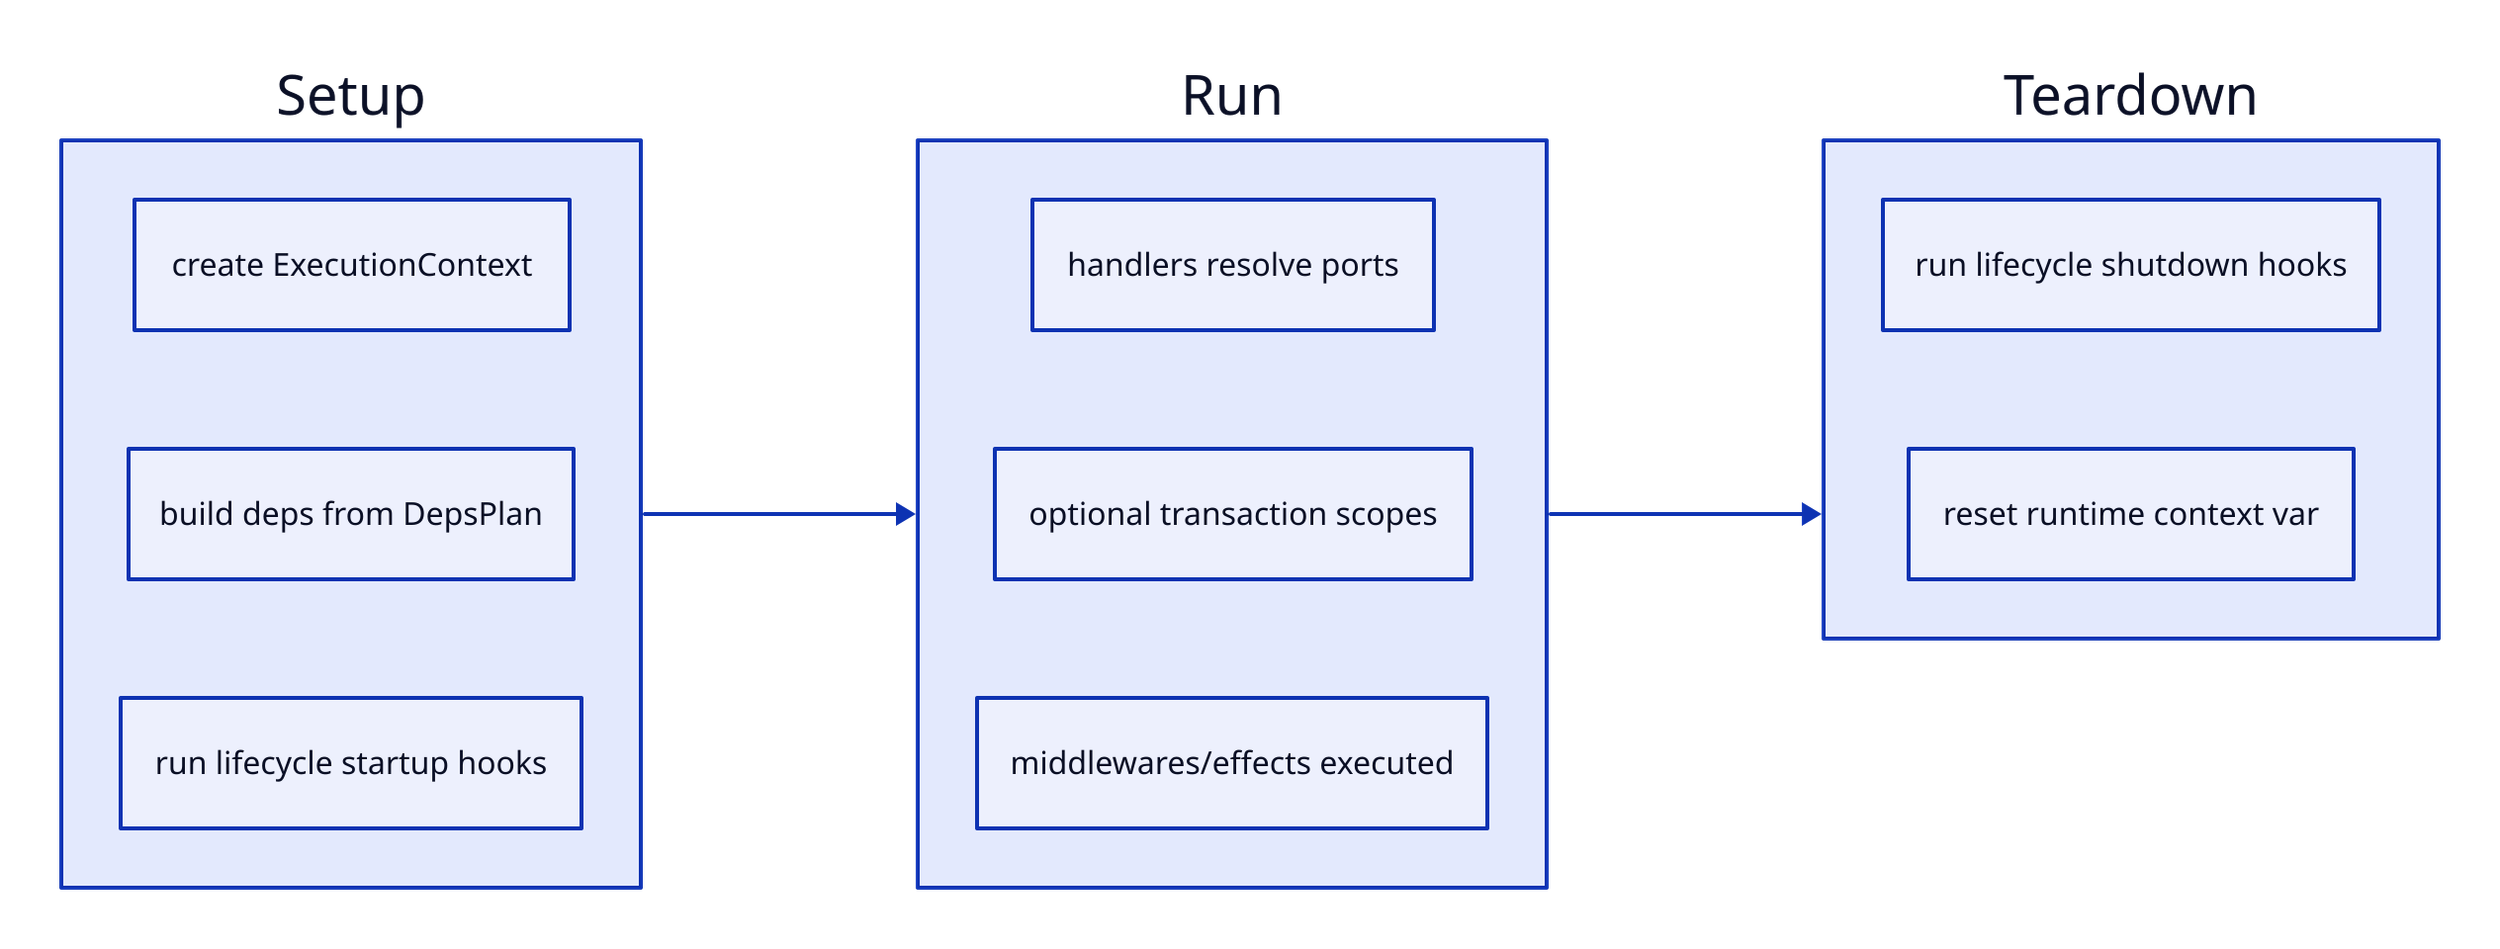
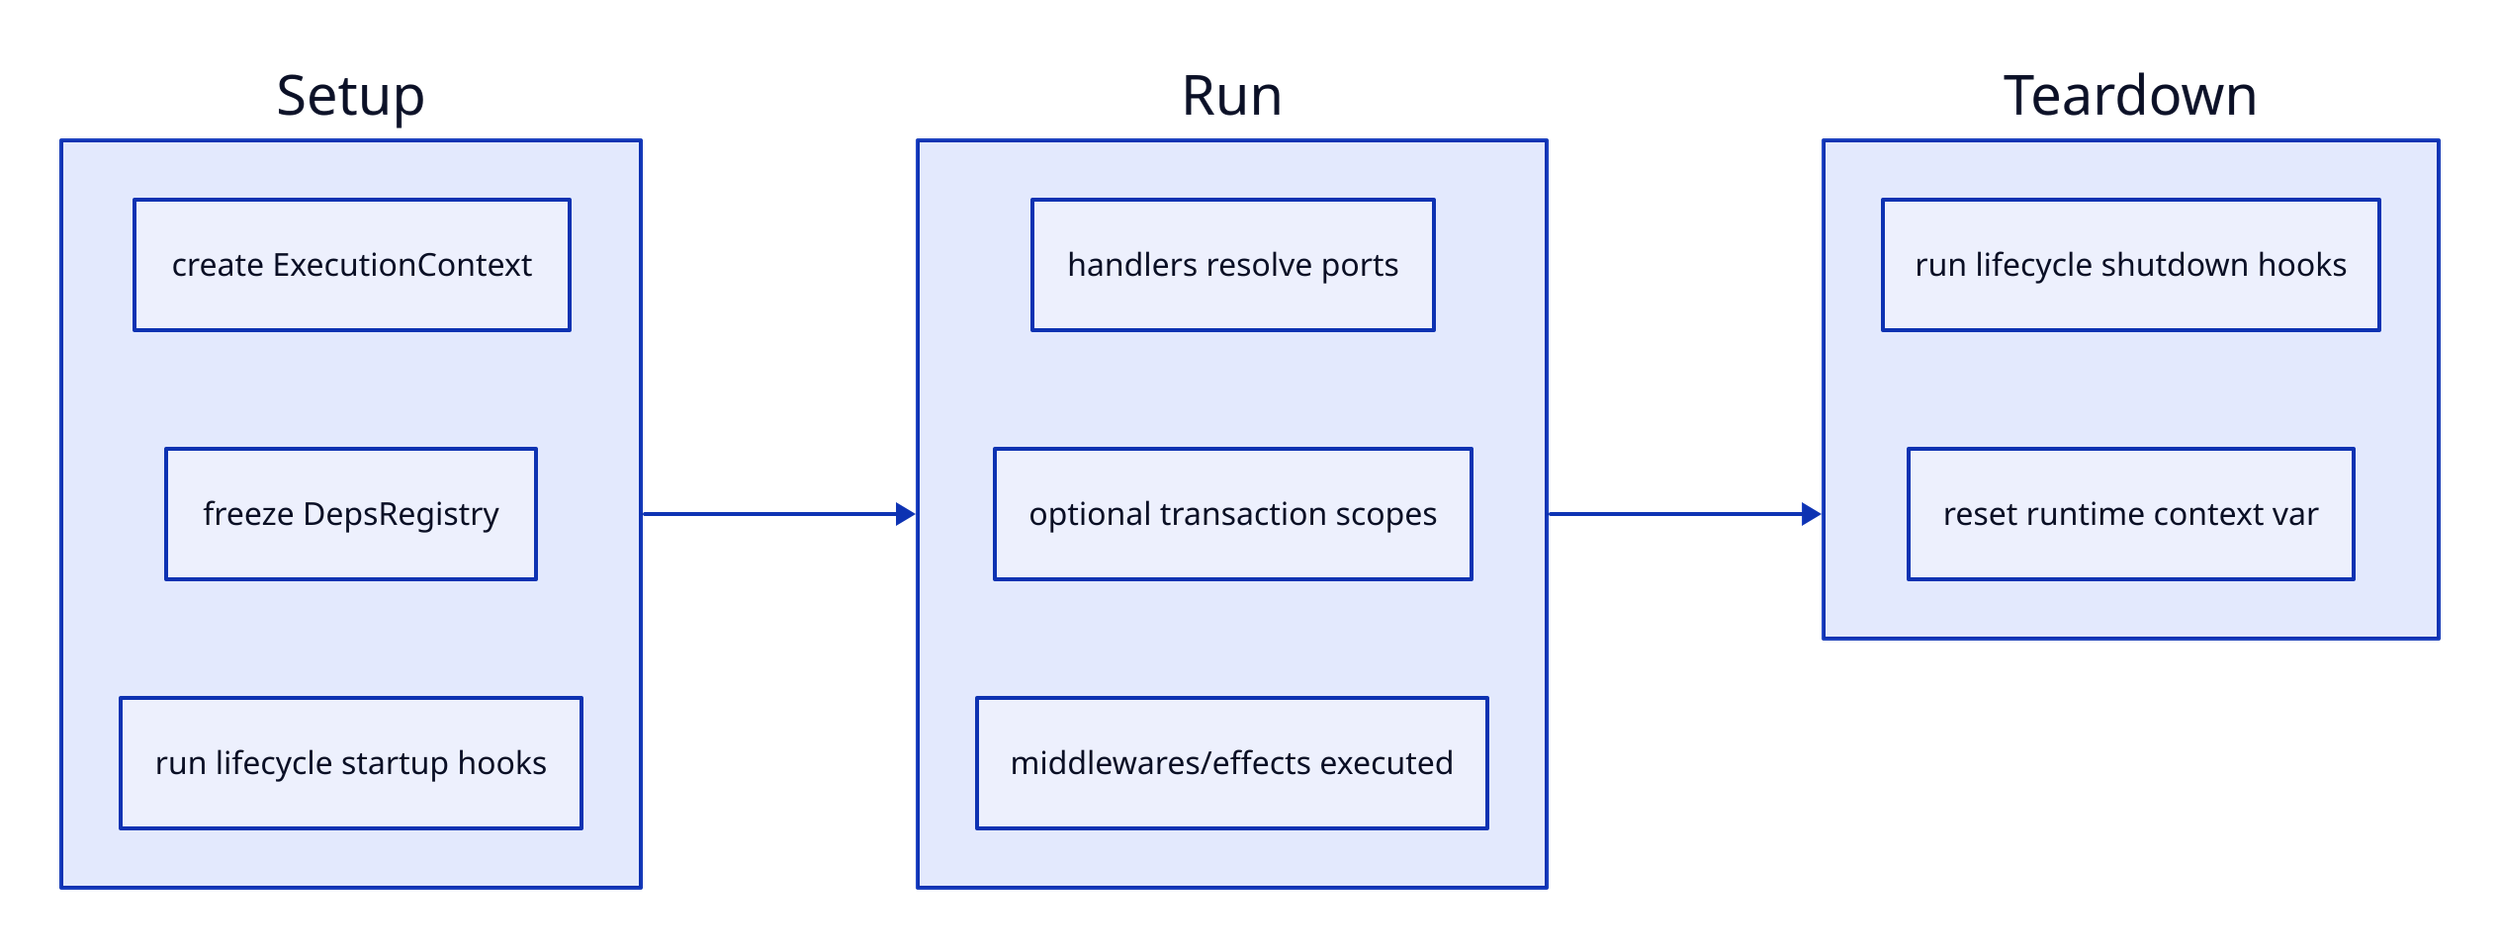
style: {
    fill: transparent
}

vars: {
    d2-config: {
        pad: 30
    }
}

direction: right

Setup: {
    shape: rectangle
    create_ctx: create ExecutionContext
-     build_deps: build deps from DepsPlan
+     build_deps: freeze DepsRegistry
    startup: run lifecycle startup hooks
}

Run: {
    shape: rectangle
    handlers: handlers resolve ports
    tx: optional transaction scopes
    effects: middlewares/effects executed
}

Teardown: {
    shape: rectangle
    shutdown: run lifecycle shutdown hooks
    reset: reset runtime context var
}

Setup -> Run -> Teardown
